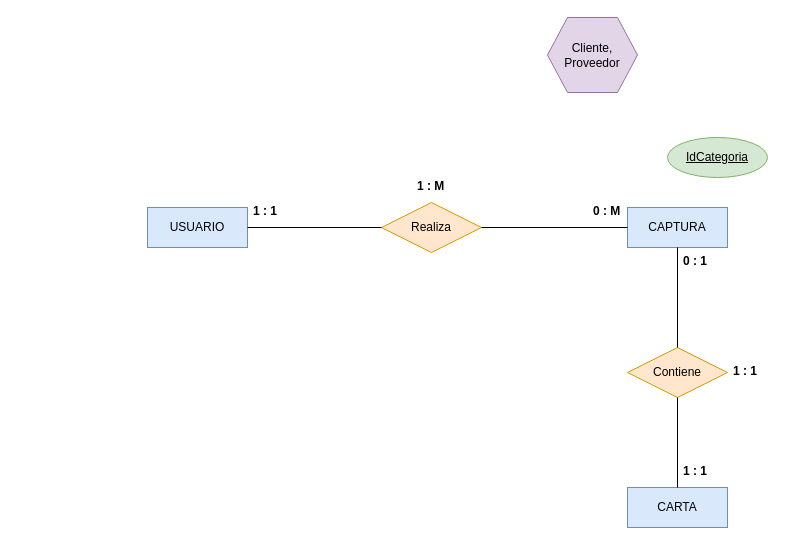
The draw.io diagram ERD_CyberDex.drawio in AngelDavidStudios/Diagramas_BdD_1, before the edit. Source tidied: cells renumbered, new cells numbered last; positions are measured from the earlier drawing's top-left corner, leaving out a move shared by most shapes. Both pictures are drawn from the tidied source at 100%, with x=0, y=0 at pixel (147, 17).
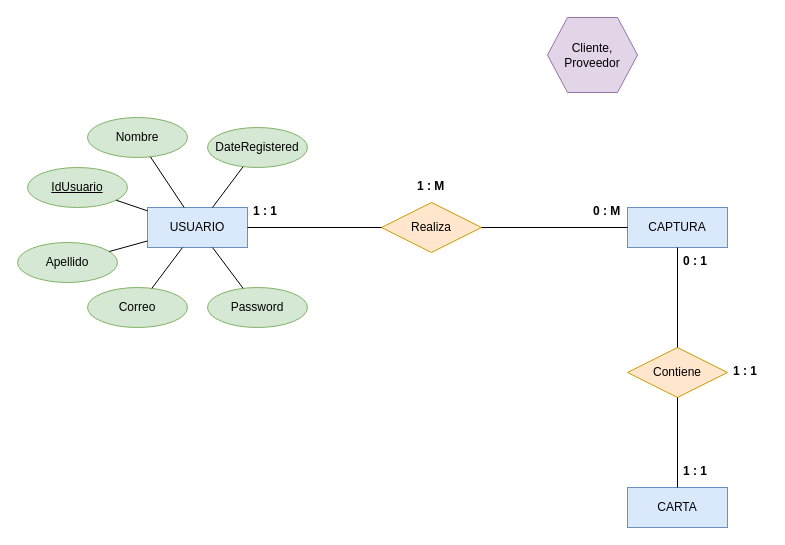
After the change.

Unchanged cells that the change refers to:
```xml
<mxCell id="2" value="USUARIO" style="whiteSpace=wrap;html=1;align=center;fillColor=#dae8fc;strokeColor=#6c8ebf;" parent="1" vertex="1">
  <mxGeometry y="190" width="100" height="40" as="geometry" />
</mxCell>
```

What changed in the source:
```diff
@@
-    <mxCell id="5" value="IdCategoria" style="ellipse;whiteSpace=wrap;html=1;align=center;fontStyle=4;fillColor=#d5e8d4;strokeColor=#82b366;" parent="1" vertex="1">
-      <mxGeometry x="520" y="120" width="100" height="40" as="geometry" />
+    <mxCell id="5" value="IdUsuario" style="ellipse;whiteSpace=wrap;html=1;align=center;fontStyle=4;fillColor=#d5e8d4;strokeColor=#82b366;" parent="1" vertex="1">
+      <mxGeometry x="-120" y="150" width="100" height="40" as="geometry" />
     </mxCell>
@@
+    <mxCell id="19" value="Nombre" style="ellipse;whiteSpace=wrap;html=1;align=center;fillColor=#d5e8d4;strokeColor=#82b366;" parent="1" vertex="1">
+      <mxGeometry x="-60" y="100" width="100" height="40" as="geometry" />
+    </mxCell>
+    <mxCell id="20" value="Apellido" style="ellipse;whiteSpace=wrap;html=1;align=center;fillColor=#d5e8d4;strokeColor=#82b366;" parent="1" vertex="1">
+      <mxGeometry x="-130" y="225" width="100" height="40" as="geometry" />
+    </mxCell>
+    <mxCell id="21" value="Correo" style="ellipse;whiteSpace=wrap;html=1;align=center;fillColor=#d5e8d4;strokeColor=#82b366;" parent="1" vertex="1">
+      <mxGeometry x="-60" y="270" width="100" height="40" as="geometry" />
+    </mxCell>
+    <mxCell id="22" value="Password" style="ellipse;whiteSpace=wrap;html=1;align=center;fillColor=#d5e8d4;strokeColor=#82b366;" parent="1" vertex="1">
+      <mxGeometry x="60" y="270" width="100" height="40" as="geometry" />
+    </mxCell>
+    <mxCell id="23" value="DateRegistered" style="ellipse;whiteSpace=wrap;html=1;align=center;fillColor=#d5e8d4;strokeColor=#82b366;" parent="1" vertex="1">
+      <mxGeometry x="60" y="110" width="100" height="40" as="geometry" />
+    </mxCell>
+    <mxCell id="24" style="endArrow=none;html=1;rounded=0;" parent="1" edge="1" source="5" target="2">
+      <mxGeometry relative="1" as="geometry" />
+    </mxCell>
+    <mxCell id="25" style="endArrow=none;html=1;rounded=0;" parent="1" edge="1" source="20" target="2">
+      <mxGeometry relative="1" as="geometry" />
+    </mxCell>
+    <mxCell id="26" style="endArrow=none;html=1;rounded=0;" parent="1" edge="1" source="21" target="2">
+      <mxGeometry relative="1" as="geometry" />
+    </mxCell>
+    <mxCell id="27" style="endArrow=none;html=1;rounded=0;" parent="1" edge="1" source="2" target="19">
+      <mxGeometry relative="1" as="geometry" />
+    </mxCell>
+    <mxCell id="28" style="endArrow=none;html=1;rounded=0;" parent="1" edge="1" source="22" target="2">
+      <mxGeometry relative="1" as="geometry" />
+    </mxCell>
+    <mxCell id="29" style="endArrow=none;html=1;rounded=0;" parent="1" edge="1" source="2" target="23">
+      <mxGeometry relative="1" as="geometry" />
+    </mxCell>
```
